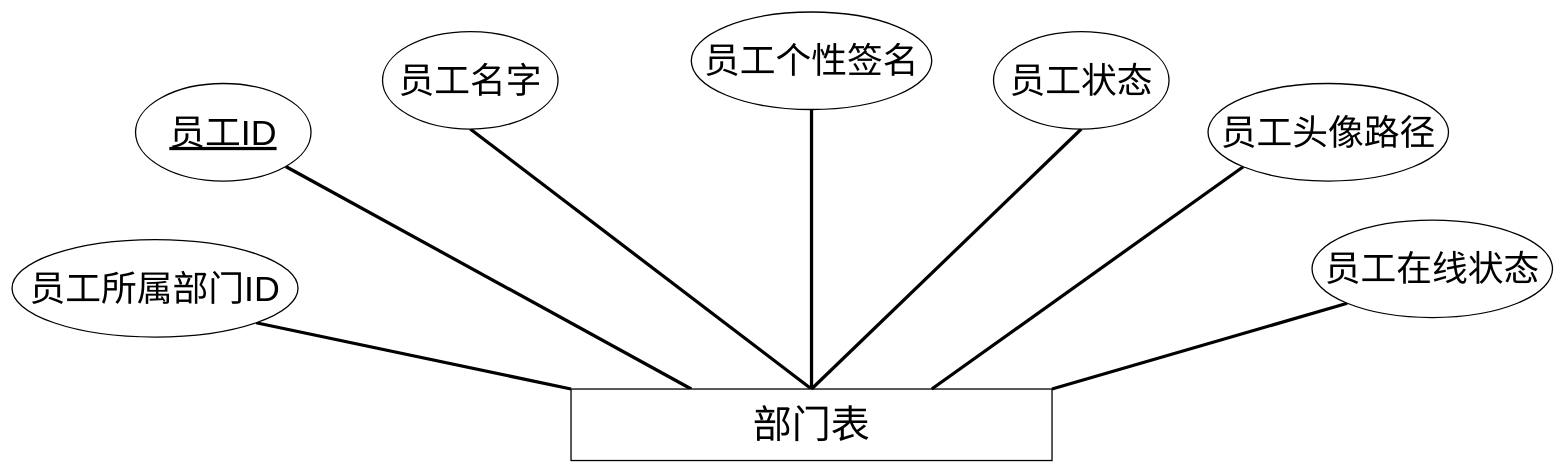
The draw.io diagram chart/tab_employees数据表ER图.drawio in YangGuiTong/QtQQ, before the edit. Source tidied: cells renumbered, new cells numbered last; positions are measured from the earlier drawing's top-left corner, leaving out a move shared by most shapes. Both pictures are drawn from the tidied source at 65%, with x=0, y=0 at pixel (12, 12).
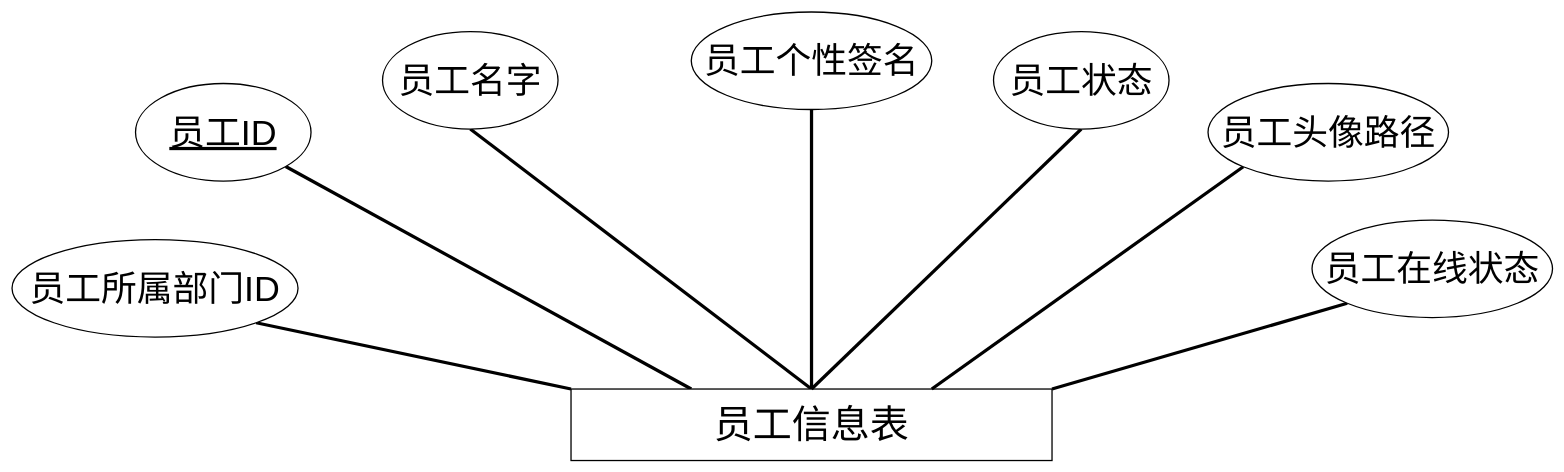
After the change.

Commit message (it also covers changes not shown here):
更新tab_employees数据表ER图.drawio

What changed in the source:
```diff
@@
 <mxGraphModel>
   <root>
     <mxCell id="0" />
     <mxCell id="1" parent="0" />
     <mxCell id="2" style="rounded=0;jettySize=auto;html=1;exitX=0;exitY=0;exitDx=0;exitDy=0;entryX=1;entryY=1;entryDx=0;entryDy=0;strokeWidth=5;startArrow=none;startFill=0;endArrow=none;endFill=0;" parent="1" edge="1" source="6" target="7">
       <mxGeometry relative="1" as="geometry" />
     </mxCell>
     <mxCell id="3" style="edgeStyle=none;rounded=0;jettySize=auto;html=1;exitX=0.25;exitY=0;exitDx=0;exitDy=0;strokeWidth=5;endArrow=none;endFill=0;" parent="1" edge="1" source="6" target="8">
       <mxGeometry relative="1" as="geometry" />
     </mxCell>
     <mxCell id="4" style="edgeStyle=none;rounded=0;jettySize=auto;html=1;exitX=0.5;exitY=0;exitDx=0;exitDy=0;entryX=0.5;entryY=1;entryDx=0;entryDy=0;strokeWidth=5;endArrow=none;endFill=0;" parent="1" edge="1" source="6" target="9">
       <mxGeometry relative="1" as="geometry" />
     </mxCell>
     <mxCell id="5" style="rounded=0;jettySize=auto;html=1;entryX=0.5;entryY=1;entryDx=0;entryDy=0;strokeWidth=5;endArrow=none;endFill=0;" parent="1" edge="1" source="6" target="10">
       <mxGeometry relative="1" as="geometry" />
     </mxCell>
-    <mxCell id="6" value="部门表" style="html=1;whiteSpace=wrap;fontSize=60;strokeWidth=2;" parent="1" vertex="1">
+    <mxCell id="6" value="员工信息表" style="html=1;whiteSpace=wrap;fontSize=60;strokeWidth=2;" parent="1" vertex="1">
       <mxGeometry x="860" y="580" width="740" height="110" as="geometry" />
     </mxCell>
     <mxCell id="7" value="员工所属部门ID" style="ellipse;whiteSpace=wrap;html=1;fontSize=55;strokeWidth=2;fontStyle=0;" parent="1" vertex="1">
       <mxGeometry y="350" width="440" height="150" as="geometry" />
     </mxCell>
     <mxCell id="8" value="员工ID" style="ellipse;whiteSpace=wrap;html=1;fontSize=55;strokeWidth=2;fontStyle=4;" parent="1" vertex="1">
       <mxGeometry x="190" y="110" width="270" height="150" as="geometry" />
     </mxCell>
     <mxCell id="9" value="员工名字" style="ellipse;whiteSpace=wrap;html=1;fontSize=55;strokeWidth=2;" parent="1" vertex="1">
       <mxGeometry x="570" y="30" width="270" height="150" as="geometry" />
     </mxCell>
     <mxCell id="10" value="员工个性签名" style="ellipse;whiteSpace=wrap;html=1;fontSize=55;strokeWidth=2;" parent="1" vertex="1">
       <mxGeometry x="1045" width="370" height="150" as="geometry" />
     </mxCell>
     <mxCell id="11" style="edgeStyle=none;rounded=0;jettySize=auto;html=1;exitX=0.5;exitY=1;exitDx=0;exitDy=0;entryX=0.5;entryY=0;entryDx=0;entryDy=0;strokeWidth=5;endArrow=none;endFill=0;" parent="1" edge="1" source="12" target="6">
       <mxGeometry relative="1" as="geometry" />
     </mxCell>
     <mxCell id="12" value="员工状态" style="ellipse;whiteSpace=wrap;html=1;fontSize=55;strokeWidth=2;" parent="1" vertex="1">
       <mxGeometry x="1510" y="30" width="270" height="150" as="geometry" />
     </mxCell>
     <mxCell id="13" style="edgeStyle=none;rounded=0;jettySize=auto;html=1;exitX=0;exitY=1;exitDx=0;exitDy=0;entryX=0.75;entryY=0;entryDx=0;entryDy=0;strokeWidth=5;endArrow=none;endFill=0;" parent="1" edge="1" source="14" target="6">
       <mxGeometry relative="1" as="geometry" />
     </mxCell>
     <mxCell id="14" value="员工头像路径" style="ellipse;whiteSpace=wrap;html=1;fontSize=55;strokeWidth=2;" parent="1" vertex="1">
       <mxGeometry x="1840" y="110" width="370" height="150" as="geometry" />
     </mxCell>
     <mxCell id="15" style="edgeStyle=none;rounded=0;jettySize=auto;html=1;exitX=0;exitY=1;exitDx=0;exitDy=0;entryX=1;entryY=0;entryDx=0;entryDy=0;strokeWidth=5;endArrow=none;endFill=0;" parent="1" edge="1" source="16" target="6">
       <mxGeometry relative="1" as="geometry" />
     </mxCell>
     <mxCell id="16" value="员工在线状态" style="ellipse;whiteSpace=wrap;html=1;fontSize=55;strokeWidth=2;" parent="1" vertex="1">
       <mxGeometry x="2000" y="320" width="370" height="150" as="geometry" />
     </mxCell>
   </root>
 </mxGraphModel>
```
